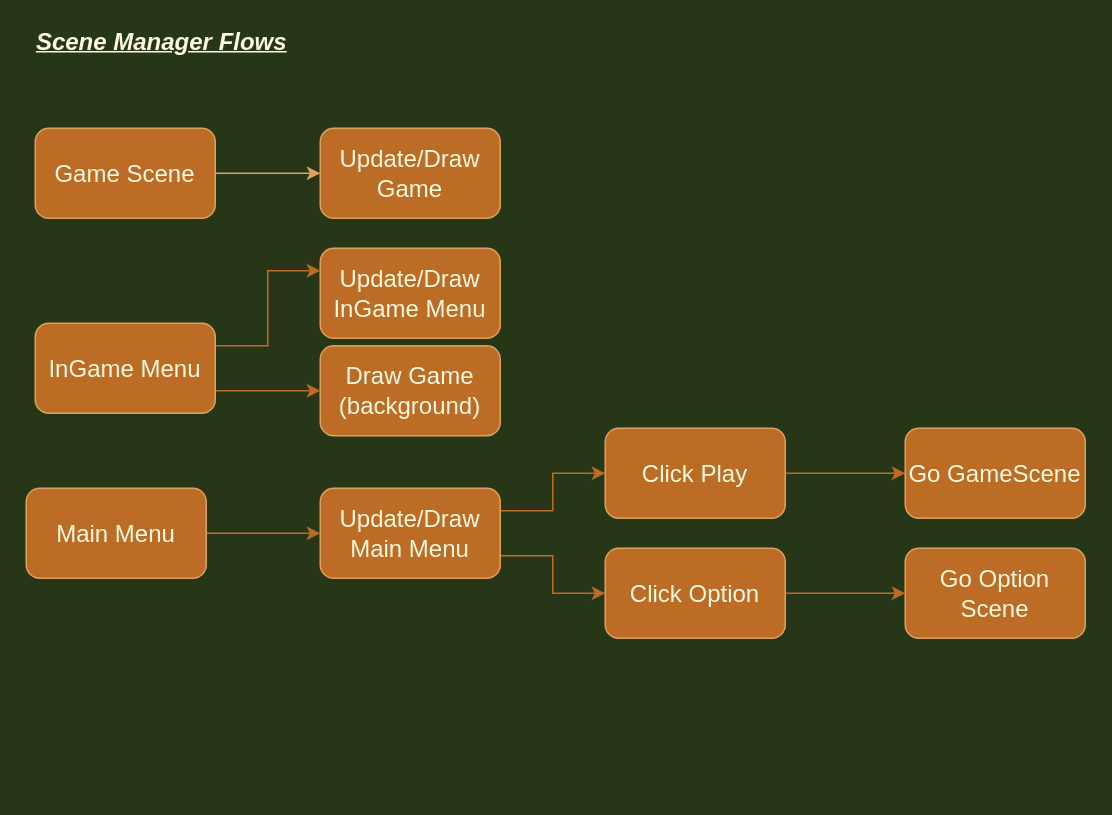
Above: page "SceneManager" (4 of 5) of flow_chart/Flow.drawio in MounirAia/Web-Shoot-em-up (draw.io), before the change. Source tidied: cells renumbered, new cells numbered last; positions are measured from the earlier drawing's top-left corner, leaving out a move shared by most shapes. Both pictures are drawn from the tidied source at 150%, with x=0, y=0 at pixel (26, 26).
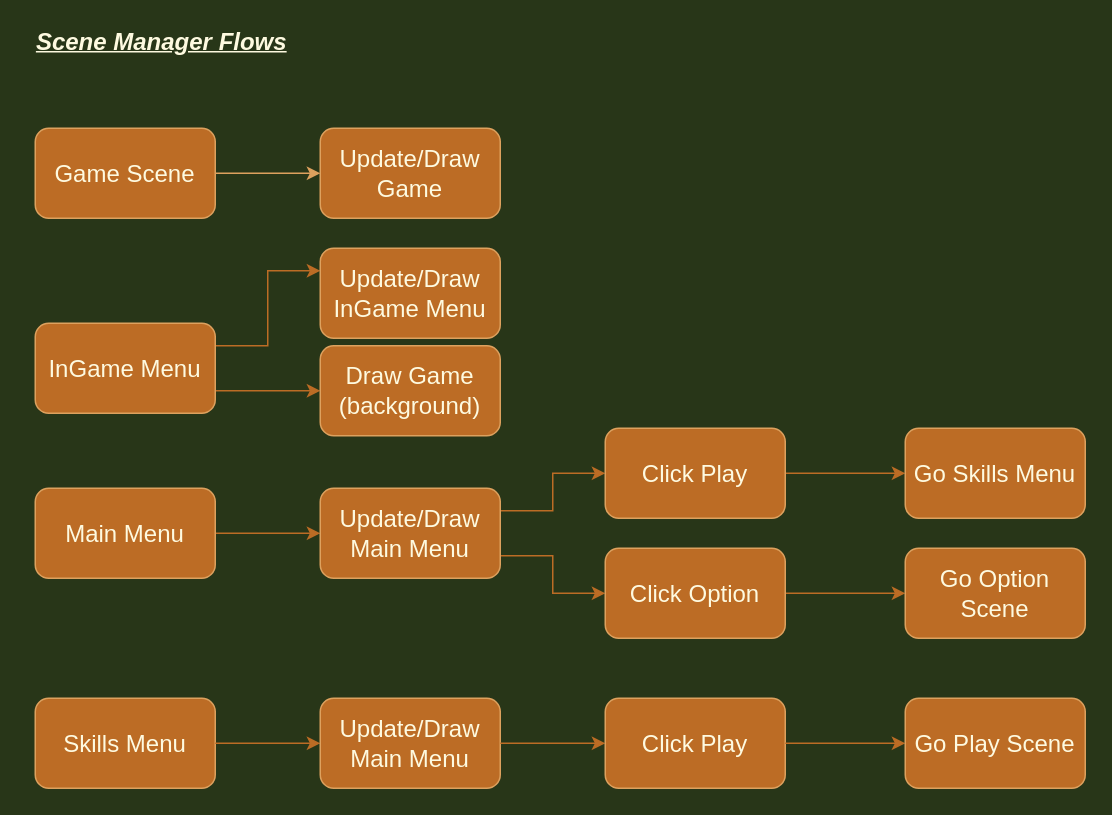
The same diagram, later.

What changed in the source:
```diff
@@
     <mxCell id="12" value="&lt;span style=&quot;font-size: 16px;&quot;&gt;Main Menu&lt;br&gt;&lt;/span&gt;" style="rounded=1;whiteSpace=wrap;html=1;sketch=0;fontColor=#FEFAE0;strokeColor=#DDA15E;fillColor=#BC6C25;" parent="1" vertex="1">
-      <mxGeometry y="308" width="120" height="60" as="geometry" />
+      <mxGeometry x="6" y="308" width="120" height="60" as="geometry" />
     </mxCell>
@@
-    <mxCell id="20" value="&lt;span style=&quot;font-size: 16px;&quot;&gt;Go GameScene&lt;br&gt;&lt;/span&gt;" style="rounded=1;whiteSpace=wrap;html=1;sketch=0;fontColor=#FEFAE0;strokeColor=#DDA15E;fillColor=#BC6C25;" parent="1" vertex="1">
+    <mxCell id="20" value="&lt;span style=&quot;font-size: 16px;&quot;&gt;Go Skills Menu&lt;br&gt;&lt;/span&gt;" style="rounded=1;whiteSpace=wrap;html=1;sketch=0;fontColor=#FEFAE0;strokeColor=#DDA15E;fillColor=#BC6C25;" parent="1" vertex="1">
       <mxGeometry x="586" y="268" width="120" height="60" as="geometry" />
     </mxCell>
@@
+    <mxCell id="22" value="&lt;span style=&quot;font-size: 16px;&quot;&gt;Skills Menu&lt;br&gt;&lt;/span&gt;" style="rounded=1;whiteSpace=wrap;html=1;sketch=0;fontColor=#FEFAE0;strokeColor=#DDA15E;fillColor=#BC6C25;" parent="1" vertex="1">
+      <mxGeometry x="6" y="448" width="120" height="60" as="geometry" />
+    </mxCell>
+    <mxCell id="23" style="edgeStyle=orthogonalEdgeStyle;rounded=0;jettySize=auto;html=1;strokeColor=#BC6C25;exitX=1;exitY=0.5;exitDx=0;exitDy=0;" parent="1" edge="1" source="22" target="24">
+      <mxGeometry relative="1" as="geometry" />
+    </mxCell>
+    <mxCell id="24" value="&lt;span style=&quot;font-size: 16px;&quot;&gt;Update/Draw&lt;/span&gt;&lt;br style=&quot;font-size: 16px;&quot;&gt;&lt;span style=&quot;font-size: 16px;&quot;&gt;Main Menu&lt;/span&gt;&lt;span style=&quot;font-size: 16px;&quot;&gt;&lt;br&gt;&lt;/span&gt;" style="rounded=1;whiteSpace=wrap;html=1;sketch=0;fontColor=#FEFAE0;strokeColor=#DDA15E;fillColor=#BC6C25;" parent="1" vertex="1">
+      <mxGeometry x="196" y="448" width="120" height="60" as="geometry" />
+    </mxCell>
+    <mxCell id="25" style="edgeStyle=orthogonalEdgeStyle;rounded=0;jettySize=auto;html=1;strokeColor=#BC6C25;exitX=1;exitY=0.5;exitDx=0;exitDy=0;" parent="1" edge="1" source="24" target="26">
+      <mxGeometry relative="1" as="geometry" />
+    </mxCell>
+    <mxCell id="26" value="&lt;span style=&quot;font-size: 16px;&quot;&gt;Click Play&lt;br&gt;&lt;/span&gt;" style="rounded=1;whiteSpace=wrap;html=1;sketch=0;fontColor=#FEFAE0;strokeColor=#DDA15E;fillColor=#BC6C25;" parent="1" vertex="1">
+      <mxGeometry x="386" y="448" width="120" height="60" as="geometry" />
+    </mxCell>
+    <mxCell id="27" style="edgeStyle=orthogonalEdgeStyle;rounded=0;jettySize=auto;html=1;strokeColor=#BC6C25;exitX=1;exitY=0.5;exitDx=0;exitDy=0;" parent="1" edge="1" source="26" target="28">
+      <mxGeometry relative="1" as="geometry" />
+    </mxCell>
+    <mxCell id="28" value="&lt;span style=&quot;font-size: 16px;&quot;&gt;Go Play Scene&lt;br&gt;&lt;/span&gt;" style="rounded=1;whiteSpace=wrap;html=1;sketch=0;fontColor=#FEFAE0;strokeColor=#DDA15E;fillColor=#BC6C25;" parent="1" vertex="1">
+      <mxGeometry x="586" y="448" width="120" height="60" as="geometry" />
+    </mxCell>
```
